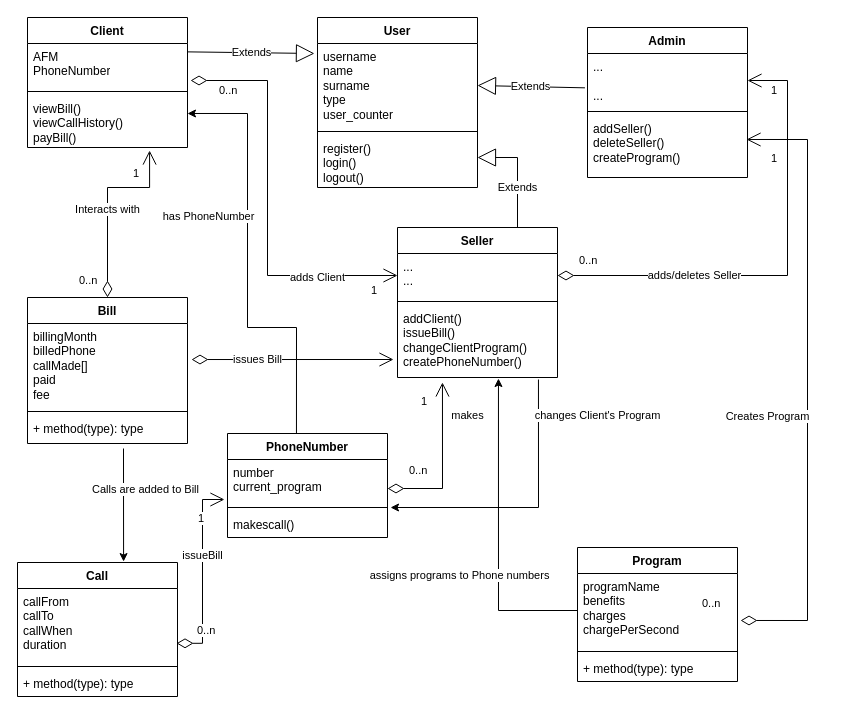
Before: Diagram.drawio in dimitry-lzs/webProgramming, a draw.io diagram. Source tidied: cells renumbered, new cells numbered last; positions are measured from the earlier drawing's top-left corner, leaving out a move shared by most shapes. Both pictures are drawn from the tidied source at 100%, with x=0, y=0 at pixel (17, 17).
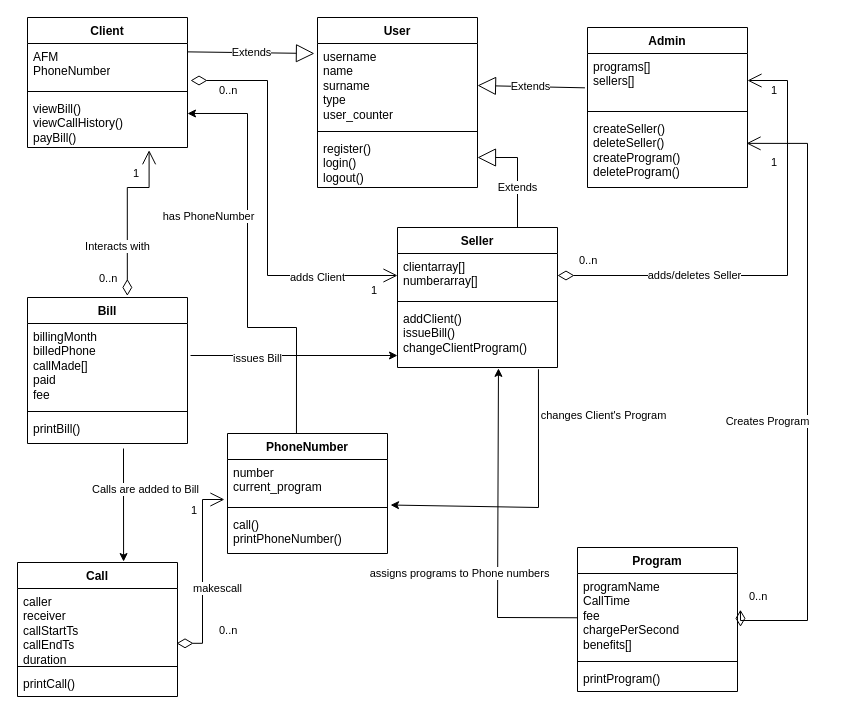
The same page after the edit.

The change refers to these unchanged cells:
```xml
<mxCell id="13" value="viewBill()&lt;div&gt;viewCallHistory()&lt;/div&gt;&lt;div&gt;payBill()&lt;/div&gt;" style="text;strokeColor=none;fillColor=none;align=left;verticalAlign=top;spacingLeft=4;spacingRight=4;overflow=hidden;points=[[0,0.5],[1,0.5]];portConstraint=eastwest;whiteSpace=wrap;html=1;" parent="10" vertex="1">
  <mxGeometry y="78" width="160" height="52" as="geometry" />
</mxCell>
<mxCell id="22" value="&lt;div&gt;number&lt;/div&gt;&lt;div&gt;current_program&lt;/div&gt;" style="text;strokeColor=none;fillColor=none;align=left;verticalAlign=top;spacingLeft=4;spacingRight=4;overflow=hidden;points=[[0,0.5],[1,0.5]];portConstraint=eastwest;whiteSpace=wrap;html=1;" parent="21" vertex="1">
  <mxGeometry y="26" width="160" height="44" as="geometry" />
</mxCell>
<mxCell id="29" value="Call" style="swimlane;fontStyle=1;align=center;verticalAlign=top;horizontal=1;startSize=26;whiteSpace=wrap;html=1;" parent="1" vertex="1">
  <mxGeometry y="545" width="160" height="134" as="geometry" />
</mxCell>
<mxCell id="33" value="Bill" style="swimlane;fontStyle=1;align=center;verticalAlign=top;horizontal=1;startSize=26;whiteSpace=wrap;html=1;" parent="1" vertex="1">
  <mxGeometry x="10" y="280" width="160" height="146" as="geometry" />
</mxCell>
<mxCell id="34" value="billingMonth&lt;div&gt;billedPhone&lt;/div&gt;&lt;div&gt;callMade[]&lt;/div&gt;&lt;div&gt;paid&lt;/div&gt;&lt;div&gt;fee&lt;/div&gt;" style="text;strokeColor=none;fillColor=none;align=left;verticalAlign=top;spacingLeft=4;spacingRight=4;overflow=hidden;points=[[0,0.5],[1,0.5]];portConstraint=eastwest;whiteSpace=wrap;html=1;" parent="33" vertex="1">
  <mxGeometry y="26" width="160" height="84" as="geometry" />
</mxCell>
```

Change to the diagram source:
```diff
@@
     <mxCell id="6" value="Admin" style="swimlane;fontStyle=1;align=center;verticalAlign=top;horizontal=1;startSize=26;whiteSpace=wrap;html=1;" parent="1" vertex="1">
-      <mxGeometry x="570" y="10" width="160" height="150" as="geometry" />
+      <mxGeometry x="570" y="10" width="160" height="160" as="geometry" />
     </mxCell>
-    <mxCell id="7" value="...&lt;div&gt;&lt;br&gt;&lt;/div&gt;&lt;div&gt;...&lt;/div&gt;" style="text;strokeColor=none;fillColor=none;align=left;verticalAlign=top;spacingLeft=4;spacingRight=4;overflow=hidden;points=[[0,0.5],[1,0.5]];portConstraint=eastwest;whiteSpace=wrap;html=1;" parent="6" vertex="1">
+    <mxCell id="7" value="programs[]&lt;div&gt;sellers[]&lt;/div&gt;" style="text;strokeColor=none;fillColor=none;align=left;verticalAlign=top;spacingLeft=4;spacingRight=4;overflow=hidden;points=[[0,0.5],[1,0.5]];portConstraint=eastwest;whiteSpace=wrap;html=1;" parent="6" vertex="1">
       <mxGeometry y="26" width="160" height="54" as="geometry" />
     </mxCell>
@@
-    <mxCell id="9" value="addSeller()&lt;div&gt;deleteSeller()&lt;/div&gt;&lt;div&gt;createProgram()&lt;/div&gt;" style="text;strokeColor=none;fillColor=none;align=left;verticalAlign=top;spacingLeft=4;spacingRight=4;overflow=hidden;points=[[0,0.5],[1,0.5]];portConstraint=eastwest;whiteSpace=wrap;html=1;" parent="6" vertex="1">
-      <mxGeometry y="88" width="160" height="62" as="geometry" />
+    <mxCell id="9" value="createSeller()&lt;div&gt;deleteSeller()&lt;/div&gt;&lt;div&gt;createProgram()&lt;/div&gt;&lt;div&gt;deleteProgram()&lt;/div&gt;" style="text;strokeColor=none;fillColor=none;align=left;verticalAlign=top;spacingLeft=4;spacingRight=4;overflow=hidden;points=[[0,0.5],[1,0.5]];portConstraint=eastwest;whiteSpace=wrap;html=1;" parent="6" vertex="1">
+      <mxGeometry y="88" width="160" height="72" as="geometry" />
     </mxCell>
@@
     <mxCell id="14" value="Seller" style="swimlane;fontStyle=1;align=center;verticalAlign=top;horizontal=1;startSize=26;whiteSpace=wrap;html=1;" parent="1" vertex="1">
-      <mxGeometry x="380" y="210" width="160" height="150" as="geometry" />
+      <mxGeometry x="380" y="210" width="160" height="140" as="geometry" />
     </mxCell>
-    <mxCell id="15" value="...&lt;div&gt;...&lt;/div&gt;" style="text;strokeColor=none;fillColor=none;align=left;verticalAlign=top;spacingLeft=4;spacingRight=4;overflow=hidden;points=[[0,0.5],[1,0.5]];portConstraint=eastwest;whiteSpace=wrap;html=1;" parent="14" vertex="1">
+    <mxCell id="15" value="clientarray[]&lt;div&gt;numberarray[]&lt;/div&gt;" style="text;strokeColor=none;fillColor=none;align=left;verticalAlign=top;spacingLeft=4;spacingRight=4;overflow=hidden;points=[[0,0.5],[1,0.5]];portConstraint=eastwest;whiteSpace=wrap;html=1;" parent="14" vertex="1">
       <mxGeometry y="26" width="160" height="44" as="geometry" />
     </mxCell>
@@
-    <mxCell id="17" value="addClient()&lt;div&gt;issueBill()&lt;/div&gt;&lt;div&gt;changeClientProgram()&lt;br&gt;createPhoneNumber()&lt;/div&gt;&lt;div&gt;&lt;br&gt;&lt;/div&gt;" style="text;strokeColor=none;fillColor=none;align=left;verticalAlign=top;spacingLeft=4;spacingRight=4;overflow=hidden;points=[[0,0.5],[1,0.5]];portConstraint=eastwest;whiteSpace=wrap;html=1;" parent="14" vertex="1">
-      <mxGeometry y="78" width="160" height="72" as="geometry" />
+    <mxCell id="17" value="addClient()&lt;div&gt;issueBill()&lt;/div&gt;&lt;div&gt;changeClientProgram()&lt;br&gt;&lt;/div&gt;" style="text;strokeColor=none;fillColor=none;align=left;verticalAlign=top;spacingLeft=4;spacingRight=4;overflow=hidden;points=[[0,0.5],[1,0.5]];portConstraint=eastwest;whiteSpace=wrap;html=1;" parent="14" vertex="1">
+      <mxGeometry y="78" width="160" height="62" as="geometry" />
     </mxCell>
@@
     <mxCell id="21" value="PhoneNumber" style="swimlane;fontStyle=1;align=center;verticalAlign=top;horizontal=1;startSize=26;whiteSpace=wrap;html=1;" parent="1" vertex="1">
-      <mxGeometry x="210" y="416" width="160" height="104" as="geometry" />
+      <mxGeometry x="210" y="416" width="160" height="120" as="geometry" />
     </mxCell>
@@
-    <mxCell id="24" value="makescall()" style="text;strokeColor=none;fillColor=none;align=left;verticalAlign=top;spacingLeft=4;spacingRight=4;overflow=hidden;points=[[0,0.5],[1,0.5]];portConstraint=eastwest;whiteSpace=wrap;html=1;" parent="21" vertex="1">
-      <mxGeometry y="78" width="160" height="26" as="geometry" />
+    <mxCell id="24" value="call()&lt;div&gt;printPhoneNumber()&lt;/div&gt;" style="text;strokeColor=none;fillColor=none;align=left;verticalAlign=top;spacingLeft=4;spacingRight=4;overflow=hidden;points=[[0,0.5],[1,0.5]];portConstraint=eastwest;whiteSpace=wrap;html=1;" parent="21" vertex="1">
+      <mxGeometry y="78" width="160" height="42" as="geometry" />
     </mxCell>
     <mxCell id="25" value="Program" style="swimlane;fontStyle=1;align=center;verticalAlign=top;horizontal=1;startSize=26;whiteSpace=wrap;html=1;" parent="1" vertex="1">
-      <mxGeometry x="560" y="530" width="160" height="134" as="geometry" />
+      <mxGeometry x="560" y="530" width="160" height="144" as="geometry" />
     </mxCell>
-    <mxCell id="26" value="programName&lt;div&gt;benefits&lt;/div&gt;&lt;div&gt;charges&lt;/div&gt;&lt;div&gt;chargePerSecond&lt;/div&gt;" style="text;strokeColor=none;fillColor=none;align=left;verticalAlign=top;spacingLeft=4;spacingRight=4;overflow=hidden;points=[[0,0.5],[1,0.5]];portConstraint=eastwest;whiteSpace=wrap;html=1;" parent="25" vertex="1">
-      <mxGeometry y="26" width="160" height="74" as="geometry" />
+    <mxCell id="26" value="programName&lt;div&gt;CallTime&lt;/div&gt;&lt;div&gt;fee&lt;/div&gt;&lt;div&gt;chargePerSecond&lt;/div&gt;&lt;div&gt;benefits[]&lt;br&gt;&lt;/div&gt;" style="text;strokeColor=none;fillColor=none;align=left;verticalAlign=top;spacingLeft=4;spacingRight=4;overflow=hidden;points=[[0,0.5],[1,0.5]];portConstraint=eastwest;whiteSpace=wrap;html=1;" parent="25" vertex="1">
+      <mxGeometry y="26" width="160" height="84" as="geometry" />
     </mxCell>
     <mxCell id="27" style="line;strokeWidth=1;fillColor=none;align=left;verticalAlign=middle;spacingTop=-1;spacingLeft=3;spacingRight=3;labelPosition=right;strokeColor=inherit;" parent="25" vertex="1">
-      <mxGeometry y="100" width="160" height="8" as="geometry" />
+      <mxGeometry y="110" width="160" height="8" as="geometry" />
     </mxCell>
-    <mxCell id="28" value="+ method(type): type" style="text;strokeColor=none;fillColor=none;align=left;verticalAlign=top;spacingLeft=4;spacingRight=4;overflow=hidden;whiteSpace=wrap;html=1;" parent="25" vertex="1">
-      <mxGeometry y="108" width="160" height="26" as="geometry" />
+    <mxCell id="28" value="printProgram()" style="text;strokeColor=none;fillColor=none;align=left;verticalAlign=top;spacingLeft=4;spacingRight=4;overflow=hidden;whiteSpace=wrap;html=1;" parent="25" vertex="1">
+      <mxGeometry y="118" width="160" height="26" as="geometry" />
     </mxCell>
@@
-    <mxCell id="30" value="callFrom&lt;div&gt;callTo&lt;/div&gt;&lt;div&gt;callWhen&lt;/div&gt;&lt;div&gt;duration&lt;/div&gt;" style="text;strokeColor=none;fillColor=none;align=left;verticalAlign=top;spacingLeft=4;spacingRight=4;overflow=hidden;points=[[0,0.5],[1,0.5]];portConstraint=eastwest;whiteSpace=wrap;html=1;" parent="29" vertex="1">
+    <mxCell id="30" value="&lt;div&gt;caller&lt;/div&gt;&lt;div&gt;receiver&lt;/div&gt;&lt;div&gt;callStartTs&lt;/div&gt;&lt;div&gt;callEndTs&lt;/div&gt;&lt;div&gt;duration&lt;/div&gt;" style="text;strokeColor=none;fillColor=none;align=left;verticalAlign=top;spacingLeft=4;spacingRight=4;overflow=hidden;points=[[0,0.5],[1,0.5]];portConstraint=eastwest;whiteSpace=wrap;html=1;" parent="29" vertex="1">
       <mxGeometry y="26" width="160" height="74" as="geometry" />
     </mxCell>
@@
-    <mxCell id="32" value="+ method(type): type" style="text;strokeColor=none;fillColor=none;align=left;verticalAlign=top;spacingLeft=4;spacingRight=4;overflow=hidden;whiteSpace=wrap;html=1;" parent="29" vertex="1">
+    <mxCell id="32" value="printCall()" style="text;strokeColor=none;fillColor=none;align=left;verticalAlign=top;spacingLeft=4;spacingRight=4;overflow=hidden;whiteSpace=wrap;html=1;" parent="29" vertex="1">
       <mxGeometry y="108" width="160" height="26" as="geometry" />
     </mxCell>
@@
-    <mxCell id="36" value="+ method(type): type" style="text;strokeColor=none;fillColor=none;align=left;verticalAlign=top;spacingLeft=4;spacingRight=4;overflow=hidden;points=[[0,0.5],[1,0.5]];portConstraint=eastwest;whiteSpace=wrap;html=1;" parent="33" vertex="1">
+    <mxCell id="36" value="printBill()" style="text;strokeColor=none;fillColor=none;align=left;verticalAlign=top;spacingLeft=4;spacingRight=4;overflow=hidden;points=[[0,0.5],[1,0.5]];portConstraint=eastwest;whiteSpace=wrap;html=1;" parent="33" vertex="1">
       <mxGeometry y="118" width="160" height="28" as="geometry" />
     </mxCell>
@@
-    <mxCell id="43" value="makes" style="endArrow=open;html=1;endSize=12;startArrow=diamondThin;startSize=14;startFill=0;edgeStyle=orthogonalEdgeStyle;rounded=0;exitX=1;exitY=0.659;exitDx=0;exitDy=0;entryX=0.281;entryY=1.069;entryDx=0;entryDy=0;exitPerimeter=0;entryPerimeter=0;" parent="1" edge="1" source="22" target="17">
-      <mxGeometry x="0.59" y="-25" relative="1" as="geometry">
-        <Array as="points">
-          <mxPoint x="425" y="471" />
-        </Array>
-      </mxGeometry>
-    </mxCell>
-    <mxCell id="44" value="0..n" style="edgeLabel;html=1;align=left;verticalAlign=top;" parent="43" vertex="1">
-      <mxGeometry x="-1" relative="1" as="geometry">
-        <mxPoint x="20" y="-31" as="offset" />
-      </mxGeometry>
-    </mxCell>
-    <mxCell id="45" value="1" style="edgeLabel;html=1;align=right;verticalAlign=top;" parent="43" vertex="1">
-      <mxGeometry x="1" relative="1" as="geometry">
-        <mxPoint x="-15" y="6" as="offset" />
-      </mxGeometry>
-    </mxCell>
-    <mxCell id="46" value="issues Bill" style="endArrow=open;html=1;endSize=12;startArrow=diamondThin;startSize=14;startFill=0;edgeStyle=orthogonalEdgeStyle;rounded=0;exitX=1.025;exitY=0.429;exitDx=0;exitDy=0;exitPerimeter=0;entryX=-0.025;entryY=0.75;entryDx=0;entryDy=0;entryPerimeter=0;" parent="1" edge="1" source="34" target="17">
-      <mxGeometry x="-0.35" relative="1" as="geometry" />
-    </mxCell>
     <mxCell id="47" value="Creates Program" style="endArrow=open;html=1;endSize=12;startArrow=diamondThin;startSize=14;startFill=0;edgeStyle=orthogonalEdgeStyle;rounded=0;entryX=0.994;entryY=0.387;entryDx=0;entryDy=0;entryPerimeter=0;exitX=1.019;exitY=0.635;exitDx=0;exitDy=0;exitPerimeter=0;" parent="1" edge="1" source="26" target="9">
       <mxGeometry x="-0.11" y="40" relative="1" as="geometry">
         <Array as="points">
           <mxPoint x="790" y="603" />
-          <mxPoint x="790" y="122" />
+          <mxPoint x="790" y="126" />
         </Array>
       </mxGeometry>
     </mxCell>
     <mxCell id="48" value="0..n" style="edgeLabel;html=1;align=left;verticalAlign=top;" parent="47" vertex="1">
       <mxGeometry x="-1" relative="1" as="geometry">
-        <mxPoint x="-40" y="-30" as="offset" />
+        <mxPoint x="7" y="-43" as="offset" />
       </mxGeometry>
     </mxCell>
@@
-    <mxCell id="50" value="issueBill" style="endArrow=open;html=1;endSize=12;startArrow=diamondThin;startSize=14;startFill=0;edgeStyle=orthogonalEdgeStyle;rounded=0;exitX=0.994;exitY=0.741;exitDx=0;exitDy=0;exitPerimeter=0;entryX=-0.019;entryY=0.909;entryDx=0;entryDy=0;entryPerimeter=0;" parent="1" edge="1" source="30" target="22">
-      <mxGeometry x="0.19" relative="1" as="geometry" />
+    <mxCell id="50" value="makescall" style="endArrow=open;html=1;endSize=12;startArrow=diamondThin;startSize=14;startFill=0;edgeStyle=orthogonalEdgeStyle;rounded=0;exitX=0.994;exitY=0.741;exitDx=0;exitDy=0;exitPerimeter=0;entryX=-0.019;entryY=0.909;entryDx=0;entryDy=0;entryPerimeter=0;" parent="1" edge="1" source="30" target="22">
+      <mxGeometry x="-0.15" y="-15" relative="1" as="geometry" />
     </mxCell>
     <mxCell id="51" value="0..n" style="edgeLabel;html=1;align=left;verticalAlign=top;" parent="50" vertex="1">
       <mxGeometry x="-1" relative="1" as="geometry">
-        <mxPoint x="19" y="-26" as="offset" />
+        <mxPoint x="41" y="-26" as="offset" />
       </mxGeometry>
     </mxCell>
     <mxCell id="52" value="1" style="edgeLabel;html=1;align=right;verticalAlign=top;" parent="50" vertex="1">
       <mxGeometry x="1" relative="1" as="geometry">
-        <mxPoint x="-20" y="6" as="offset" />
+        <mxPoint x="-27" y="-2" as="offset" />
       </mxGeometry>
     </mxCell>
@@
-    <mxCell id="57" style="endArrow=classic;html=1;rounded=0;exitX=0;exitY=0.5;exitDx=0;exitDy=0;entryX=0.631;entryY=1.014;entryDx=0;entryDy=0;entryPerimeter=0;" parent="1" edge="1" source="26" target="17">
+    <mxCell id="57" style="endArrow=classic;html=1;rounded=0;exitX=-0.001;exitY=0.527;exitDx=0;exitDy=0;entryX=0.631;entryY=1.014;entryDx=0;entryDy=0;entryPerimeter=0;exitPerimeter=0;" parent="1" edge="1" source="26" target="17">
       <mxGeometry relative="1" as="geometry">
         <Array as="points">
-          <mxPoint x="481" y="593" />
+          <mxPoint x="480" y="600" />
         </Array>
       </mxGeometry>
     </mxCell>
@@
-    <mxCell id="61" value="Interacts with" style="endArrow=open;html=1;endSize=12;startArrow=diamondThin;startSize=14;startFill=0;edgeStyle=orthogonalEdgeStyle;rounded=0;exitX=0.5;exitY=0;exitDx=0;exitDy=0;entryX=0.763;entryY=1.058;entryDx=0;entryDy=0;entryPerimeter=0;" parent="1" edge="1" source="33" target="13">
-      <mxGeometry x="-0.07" relative="1" as="geometry">
+    <mxCell id="61" value="Interacts with" style="endArrow=open;html=1;endSize=12;startArrow=diamondThin;startSize=14;startFill=0;edgeStyle=orthogonalEdgeStyle;rounded=0;entryX=0.76;entryY=1.052;entryDx=0;entryDy=0;entryPerimeter=0;exitX=0.624;exitY=-0.011;exitDx=0;exitDy=0;exitPerimeter=0;" parent="1" edge="1" source="33" target="13">
+      <mxGeometry x="-0.42" y="10" relative="1" as="geometry">
         <Array as="points">
-          <mxPoint x="90" y="170" />
+          <mxPoint x="110" y="170" />
           <mxPoint x="132" y="170" />
         </Array>
       </mxGeometry>
     </mxCell>
@@
+    <mxCell id="64" style="endArrow=classic;html=1;rounded=0;exitX=1.019;exitY=0.381;exitDx=0;exitDy=0;exitPerimeter=0;" parent="1" edge="1" source="34">
+      <mxGeometry relative="1" as="geometry">
+        <mxPoint x="380" y="338" as="targetPoint" />
+      </mxGeometry>
+    </mxCell>
+    <mxCell id="46" value="issues Bill" style="edgeLabel;html=1;align=center;verticalAlign=middle;" parent="64" vertex="1">
+      <mxGeometry relative="1" as="geometry">
+        <mxPoint x="-37" y="2" as="offset" />
+      </mxGeometry>
+    </mxCell>
```
